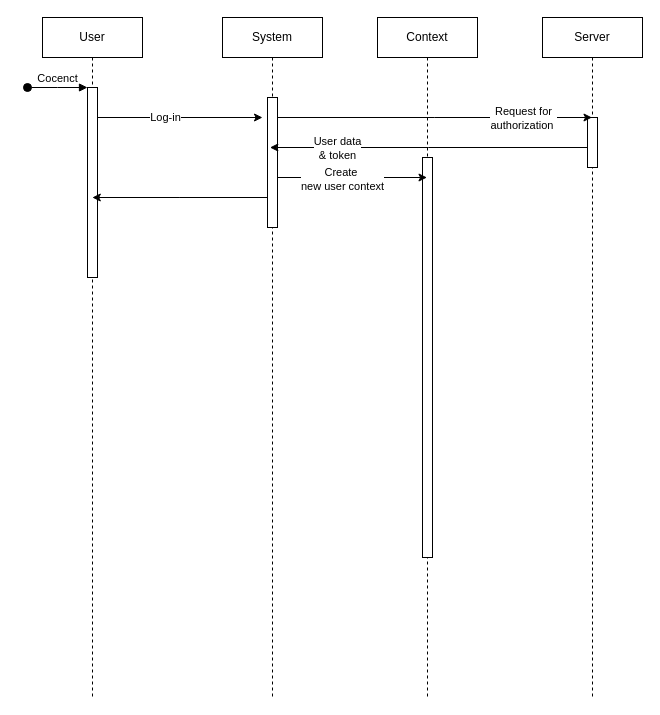
Before: documentation/InterfaceLoading.drawio in 100volts/100volts-desktop, a draw.io diagram. Source tidied: cells renumbered, new cells numbered last; positions are measured from the earlier drawing's top-left corner, leaving out a move shared by most shapes. Both pictures are drawn from the tidied source at 100%, with x=0, y=0 at pixel (27, 17).
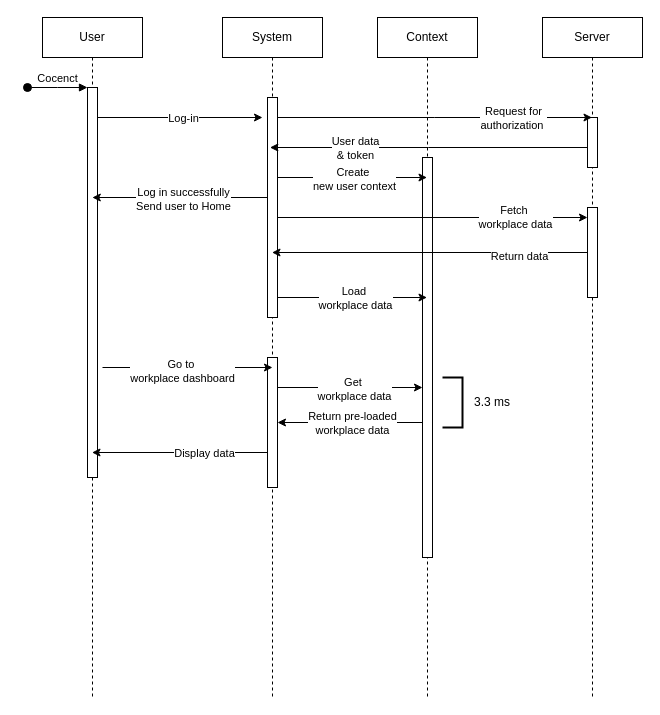
The same page after the edit.

The change refers to these unchanged cells:
```xml
<mxCell id="2" value="User" style="shape=umlLifeline;perimeter=lifelinePerimeter;whiteSpace=wrap;html=1;outlineConnect=0;portConstraint=eastwest;newEdgeStyle={&quot;edgeStyle&quot;:&quot;elbowEdgeStyle&quot;,&quot;elbow&quot;:&quot;vertical&quot;,&quot;curved&quot;:0,&quot;rounded&quot;:0};" parent="1" vertex="1">
  <mxGeometry x="15" width="100" height="680" as="geometry" />
</mxCell>
<mxCell id="5" value="System" style="shape=umlLifeline;perimeter=lifelinePerimeter;whiteSpace=wrap;html=1;outlineConnect=0;portConstraint=eastwest;newEdgeStyle={&quot;edgeStyle&quot;:&quot;elbowEdgeStyle&quot;,&quot;elbow&quot;:&quot;vertical&quot;,&quot;curved&quot;:0,&quot;rounded&quot;:0};" parent="1" vertex="1">
  <mxGeometry x="195" width="100" height="680" as="geometry" />
</mxCell>
<mxCell id="8" style="html=1;points=[];perimeter=orthogonalPerimeter;outlineConnect=0;targetShapes=umlLifeline;portConstraint=eastwest;newEdgeStyle={&quot;edgeStyle&quot;:&quot;elbowEdgeStyle&quot;,&quot;elbow&quot;:&quot;vertical&quot;,&quot;curved&quot;:0,&quot;rounded&quot;:0};" parent="7" vertex="1">
  <mxGeometry x="45" y="140" width="10" height="400" as="geometry" />
</mxCell>
<mxCell id="9" style="edgeStyle=elbowEdgeStyle;rounded=0;orthogonalLoop=1;jettySize=auto;html=1;elbow=vertical;curved=0;" parent="1" edge="1">
  <mxGeometry relative="1" as="geometry">
    <mxPoint x="70" y="100" as="sourcePoint" />
    <mxPoint x="235" y="100" as="targetPoint" />
  </mxGeometry>
</mxCell>
<mxCell id="11" value="Server" style="shape=umlLifeline;perimeter=lifelinePerimeter;whiteSpace=wrap;html=1;newEdgeStyle={&quot;edgeStyle&quot;:&quot;elbowEdgeStyle&quot;,&quot;elbow&quot;:&quot;vertical&quot;,&quot;curved&quot;:0,&quot;rounded&quot;:0};" parent="1" vertex="1">
  <mxGeometry x="515" width="100" height="680" as="geometry" />
</mxCell>
<mxCell id="13" style="edgeStyle=elbowEdgeStyle;rounded=0;orthogonalLoop=1;jettySize=auto;html=1;elbow=vertical;curved=0;" parent="1" edge="1">
  <mxGeometry relative="1" as="geometry">
    <mxPoint x="250" y="100" as="sourcePoint" />
    <mxPoint x="564.5" y="100" as="targetPoint" />
  </mxGeometry>
</mxCell>
<mxCell id="15" style="edgeStyle=elbowEdgeStyle;rounded=0;jettySize=auto;html=1;elbow=vertical;curved=0;" parent="1" edge="1" source="12">
  <mxGeometry relative="1" as="geometry">
    <mxPoint x="242.4" y="130" as="targetPoint" />
  </mxGeometry>
</mxCell>
<mxCell id="17" style="edgeStyle=elbowEdgeStyle;rounded=0;orthogonalLoop=1;jettySize=auto;html=1;elbow=vertical;curved=0;" parent="1" edge="1">
  <mxGeometry relative="1" as="geometry">
    <mxPoint x="250" y="160" as="sourcePoint" />
    <mxPoint x="399.5" y="160" as="targetPoint" />
  </mxGeometry>
</mxCell>
```

Diff of the diagram source:
```diff
@@
     <mxCell id="3" style="html=1;points=[];perimeter=orthogonalPerimeter;outlineConnect=0;targetShapes=umlLifeline;portConstraint=eastwest;newEdgeStyle={&quot;edgeStyle&quot;:&quot;elbowEdgeStyle&quot;,&quot;elbow&quot;:&quot;vertical&quot;,&quot;curved&quot;:0,&quot;rounded&quot;:0};" parent="2" vertex="1">
-      <mxGeometry x="45" y="70" width="10" height="190" as="geometry" />
+      <mxGeometry x="45" y="70" width="10" height="390" as="geometry" />
     </mxCell>
@@
     <mxCell id="6" style="html=1;points=[];perimeter=orthogonalPerimeter;outlineConnect=0;targetShapes=umlLifeline;portConstraint=eastwest;newEdgeStyle={&quot;edgeStyle&quot;:&quot;elbowEdgeStyle&quot;,&quot;elbow&quot;:&quot;vertical&quot;,&quot;curved&quot;:0,&quot;rounded&quot;:0};" parent="5" vertex="1">
-      <mxGeometry x="45" y="80" width="10" height="130" as="geometry" />
+      <mxGeometry x="45" y="80" width="10" height="220" as="geometry" />
     </mxCell>
+    <mxCell id="20" style="html=1;points=[];perimeter=orthogonalPerimeter;outlineConnect=0;targetShapes=umlLifeline;portConstraint=eastwest;newEdgeStyle={&quot;edgeStyle&quot;:&quot;elbowEdgeStyle&quot;,&quot;elbow&quot;:&quot;vertical&quot;,&quot;curved&quot;:0,&quot;rounded&quot;:0};" parent="5" vertex="1">
+      <mxGeometry x="45" y="340" width="10" height="130" as="geometry" />
+    </mxCell>
@@
     <mxCell id="10" value="Log-in" style="edgeLabel;html=1;align=center;verticalAlign=middle;" parent="9" vertex="1">
-      <mxGeometry x="-0.19" y="1" relative="1" as="geometry" />
+      <mxGeometry x="-0.19" y="1" relative="1" as="geometry">
+        <mxPoint x="18" y="1" as="offset" />
+      </mxGeometry>
     </mxCell>
@@
+    <mxCell id="21" style="html=1;points=[];perimeter=orthogonalPerimeter;outlineConnect=0;targetShapes=umlLifeline;portConstraint=eastwest;newEdgeStyle={&quot;edgeStyle&quot;:&quot;elbowEdgeStyle&quot;,&quot;elbow&quot;:&quot;vertical&quot;,&quot;curved&quot;:0,&quot;rounded&quot;:0};" parent="11" vertex="1">
+      <mxGeometry x="45" y="190" width="10" height="90" as="geometry" />
+    </mxCell>
@@
     <mxCell id="14" value="Request for&lt;div&gt;authorization&amp;nbsp;&lt;/div&gt;" style="edgeLabel;html=1;align=center;verticalAlign=middle;" parent="13" vertex="1">
-      <mxGeometry x="0.56" relative="1" as="geometry" />
+      <mxGeometry x="0.56" relative="1" as="geometry">
+        <mxPoint x="-10" as="offset" />
+      </mxGeometry>
     </mxCell>
@@
     <mxCell id="16" value="User data&lt;div&gt;&amp;amp; token&lt;/div&gt;" style="edgeLabel;html=1;align=center;verticalAlign=middle;" parent="15" vertex="1">
-      <mxGeometry x="0.58" relative="1" as="geometry" />
+      <mxGeometry x="0.58" relative="1" as="geometry">
+        <mxPoint x="18" as="offset" />
+      </mxGeometry>
     </mxCell>
@@
     <mxCell id="18" value="Create&amp;nbsp;&lt;div&gt;new user context&lt;/div&gt;" style="edgeLabel;html=1;align=center;verticalAlign=middle;" parent="17" vertex="1">
-      <mxGeometry x="-0.15" y="-1" relative="1" as="geometry" />
+      <mxGeometry x="-0.15" y="-1" relative="1" as="geometry">
+        <mxPoint x="12" as="offset" />
+      </mxGeometry>
     </mxCell>
-    <mxCell id="19" style="edgeStyle=elbowEdgeStyle;rounded=0;orthogonalLoop=1;jettySize=auto;html=1;elbow=vertical;curved=0;" parent="1" edge="1">
+    <mxCell id="19" style="edgeStyle=elbowEdgeStyle;rounded=0;orthogonalLoop=1;jettySize=auto;html=1;elbow=horizontal;curved=0;" parent="1" edge="1">
       <mxGeometry relative="1" as="geometry">
         <mxPoint x="240" y="180" as="sourcePoint" />
         <mxPoint x="64.8" y="180" as="targetPoint" />
       </mxGeometry>
     </mxCell>
+    <mxCell id="22" value="Log in successfully&lt;div&gt;Send user to Home&lt;/div&gt;" style="edgeLabel;html=1;align=center;verticalAlign=middle;" parent="19" vertex="1">
+      <mxGeometry x="0.11" y="1" relative="1" as="geometry">
+        <mxPoint x="12" as="offset" />
+      </mxGeometry>
+    </mxCell>
+    <mxCell id="23" style="edgeStyle=elbowEdgeStyle;rounded=0;orthogonalLoop=1;jettySize=auto;html=1;elbow=vertical;curved=0;" parent="1" edge="1">
+      <mxGeometry relative="1" as="geometry">
+        <mxPoint x="75" y="350" as="sourcePoint" />
+        <mxPoint x="245" y="350" as="targetPoint" />
+      </mxGeometry>
+    </mxCell>
+    <mxCell id="24" value="Go to&amp;nbsp;&lt;div&gt;workplace dashboard&lt;/div&gt;" style="edgeLabel;html=1;align=center;verticalAlign=middle;" parent="23" vertex="1">
+      <mxGeometry x="0.59" y="-3" relative="1" as="geometry">
+        <mxPoint x="-56" as="offset" />
+      </mxGeometry>
+    </mxCell>
+    <mxCell id="25" style="edgeStyle=elbowEdgeStyle;rounded=0;jettySize=auto;html=1;elbow=horizontal;curved=0;" parent="1" edge="1" source="6" target="21">
+      <mxGeometry relative="1" as="geometry">
+        <Array as="points">
+          <mxPoint x="455" y="200" />
+        </Array>
+      </mxGeometry>
+    </mxCell>
+    <mxCell id="26" value="Fetch&amp;nbsp;&lt;div&gt;workplace data&lt;/div&gt;" style="edgeLabel;html=1;align=center;verticalAlign=middle;" parent="25" vertex="1">
+      <mxGeometry x="0.53" y="1" relative="1" as="geometry" />
+    </mxCell>
+    <mxCell id="27" style="edgeStyle=elbowEdgeStyle;rounded=0;jettySize=auto;html=1;elbow=vertical;curved=0;" parent="1" edge="1" source="21" target="5">
+      <mxGeometry relative="1" as="geometry" />
+    </mxCell>
+    <mxCell id="28" value="Return data" style="edgeLabel;html=1;align=center;verticalAlign=middle;" parent="27" vertex="1">
+      <mxGeometry x="-0.56" y="3" relative="1" as="geometry" />
+    </mxCell>
+    <mxCell id="29" style="edgeStyle=elbowEdgeStyle;rounded=0;orthogonalLoop=1;jettySize=auto;html=1;elbow=vertical;curved=0;" parent="1" edge="1">
+      <mxGeometry relative="1" as="geometry">
+        <mxPoint x="250" y="280" as="sourcePoint" />
+        <mxPoint x="399.5" y="280" as="targetPoint" />
+      </mxGeometry>
+    </mxCell>
+    <mxCell id="30" value="Load&amp;nbsp;&lt;div&gt;workplace data&lt;/div&gt;" style="edgeLabel;html=1;align=center;verticalAlign=middle;" parent="29" vertex="1">
+      <mxGeometry x="0.43" y="1" relative="1" as="geometry">
+        <mxPoint x="-30" y="1" as="offset" />
+      </mxGeometry>
+    </mxCell>
+    <mxCell id="31" style="edgeStyle=elbowEdgeStyle;rounded=0;orthogonalLoop=1;jettySize=auto;html=1;elbow=vertical;curved=0;" parent="1" edge="1">
+      <mxGeometry relative="1" as="geometry">
+        <mxPoint x="250" y="370" as="sourcePoint" />
+        <mxPoint x="395" y="370" as="targetPoint" />
+      </mxGeometry>
+    </mxCell>
+    <mxCell id="32" value="Get&amp;nbsp;&lt;div&gt;workplace data&lt;/div&gt;" style="edgeLabel;html=1;align=center;verticalAlign=middle;" parent="31" vertex="1">
+      <mxGeometry x="0.39" y="-1" relative="1" as="geometry">
+        <mxPoint x="-25" as="offset" />
+      </mxGeometry>
+    </mxCell>
+    <mxCell id="33" style="edgeStyle=elbowEdgeStyle;rounded=0;jettySize=auto;html=1;elbow=vertical;curved=0;" parent="1" edge="1" source="8" target="20">
+      <mxGeometry relative="1" as="geometry" />
+    </mxCell>
+    <mxCell id="34" value="Return pre-loaded&lt;div&gt;workplace data&lt;/div&gt;" style="edgeLabel;html=1;align=center;verticalAlign=middle;" parent="33" vertex="1">
+      <mxGeometry x="0.43" y="1" relative="1" as="geometry">
+        <mxPoint x="33" y="-1" as="offset" />
+      </mxGeometry>
+    </mxCell>
+    <mxCell id="35" style="edgeStyle=elbowEdgeStyle;rounded=0;jettySize=auto;html=1;elbow=vertical;curved=0;" parent="1" edge="1" target="2">
+      <mxGeometry relative="1" as="geometry">
+        <mxPoint x="240" y="410" as="sourcePoint" />
+        <Array as="points">
+          <mxPoint x="115" y="435" />
+        </Array>
+      </mxGeometry>
+    </mxCell>
+    <mxCell id="36" value="Display data" style="edgeLabel;html=1;align=center;verticalAlign=middle;" parent="35" vertex="1">
+      <mxGeometry x="0.15" y="2" relative="1" as="geometry">
+        <mxPoint x="26" y="-2" as="offset" />
+      </mxGeometry>
+    </mxCell>
+    <mxCell id="37" style="strokeWidth=2;html=1;shape=mxgraph.flowchart.annotation_1;align=left;rotation=-180;" parent="1" vertex="1">
+      <mxGeometry x="415" y="360" width="20" height="50" as="geometry" />
+    </mxCell>
+    <mxCell id="38" value="3.3 ms" style="text;html=1;align=center;verticalAlign=middle;whiteSpace=wrap;rounded=0;" parent="1" vertex="1">
+      <mxGeometry x="435" y="370" width="60" height="30" as="geometry" />
+    </mxCell>
```
